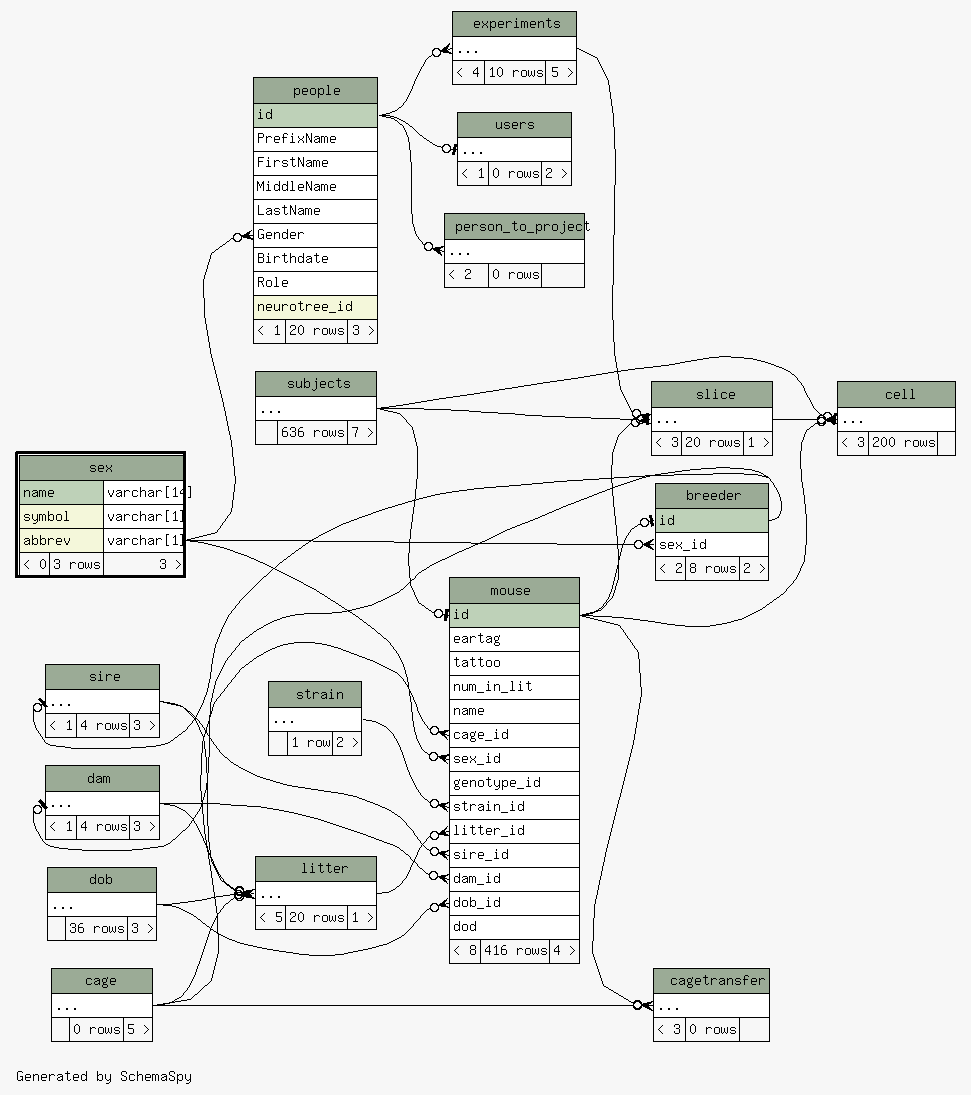
Above: database/ss/diagrams/sex.2degrees.png in tgbugs/mlab (Graphviz), before the change. Its source is kept beside it as database/ss/diagrams/sex.2degrees.dot.
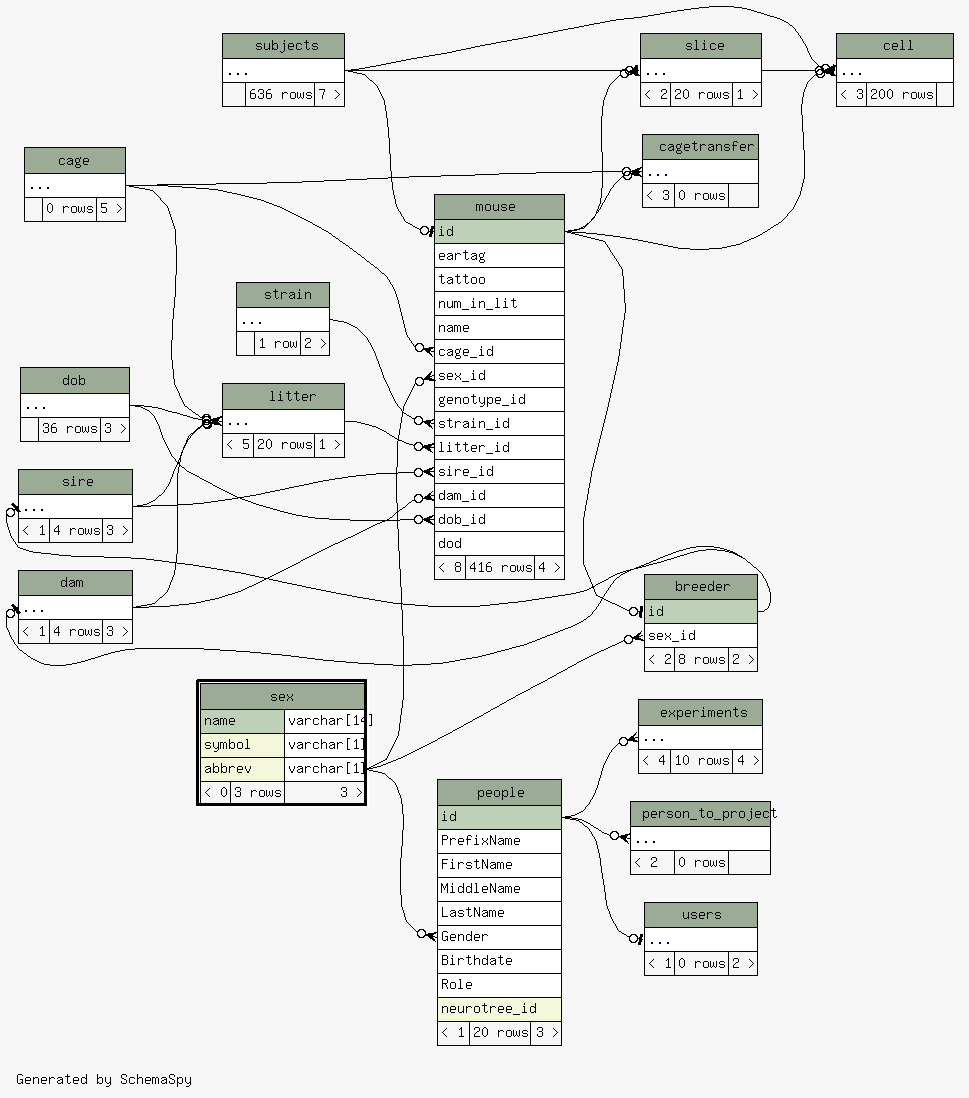
After the change.

Diff of the diagram source:
```diff
@@ -44,7 +44,6 @@
   "sire":"elipses":w -> "breeder":"id":e [arrowhead=none dir=back arrowtail=teeodot];
   "slice":"elipses":w -> "subjects":"elipses":e [arrowhead=none dir=back arrowtail=teeodot];
   "slice":"elipses":w -> "mouse":"id":e [arrowhead=none dir=back arrowtail=crowodot];
-  "slice":"elipses":w -> "experiments":"elipses":e [arrowhead=none dir=back arrowtail=crowodot];
   "users":"elipses":w -> "people":"id":e [arrowhead=none dir=back arrowtail=teeodot];
   "breeder" [
     label=<
@@ -112,7 +111,7 @@
     <TABLE BORDER="0" CELLBORDER="1" CELLSPACING="0" BGCOLOR="#ffffff">
       <TR><TD COLSPAN="3" BGCOLOR="#9bab96" ALIGN="CENTER">experiments</TD></TR>
       <TR><TD PORT="elipses" COLSPAN="3" ALIGN="LEFT">...</TD></TR>
-      <TR><TD ALIGN="LEFT" BGCOLOR="#f7f7f7">&lt; 4</TD><TD ALIGN="RIGHT" BGCOLOR="#f7f7f7">10 rows</TD><TD ALIGN="RIGHT" BGCOLOR="#f7f7f7">5 &gt;</TD></TR>
+      <TR><TD ALIGN="LEFT" BGCOLOR="#f7f7f7">&lt; 4</TD><TD ALIGN="RIGHT" BGCOLOR="#f7f7f7">10 rows</TD><TD ALIGN="RIGHT" BGCOLOR="#f7f7f7">4 &gt;</TD></TR>
     </TABLE>>
     URL="experiments.html"
     tooltip="experiments"
@@ -205,7 +204,7 @@
     <TABLE BORDER="0" CELLBORDER="1" CELLSPACING="0" BGCOLOR="#ffffff">
       <TR><TD COLSPAN="3" BGCOLOR="#9bab96" ALIGN="CENTER">slice</TD></TR>
       <TR><TD PORT="elipses" COLSPAN="3" ALIGN="LEFT">...</TD></TR>
-      <TR><TD ALIGN="LEFT" BGCOLOR="#f7f7f7">&lt; 3</TD><TD ALIGN="RIGHT" BGCOLOR="#f7f7f7">20 rows</TD><TD ALIGN="RIGHT" BGCOLOR="#f7f7f7">1 &gt;</TD></TR>
+      <TR><TD ALIGN="LEFT" BGCOLOR="#f7f7f7">&lt; 2</TD><TD ALIGN="RIGHT" BGCOLOR="#f7f7f7">20 rows</TD><TD ALIGN="RIGHT" BGCOLOR="#f7f7f7">1 &gt;</TD></TR>
     </TABLE>>
     URL="slice.html"
     tooltip="slice"
```
